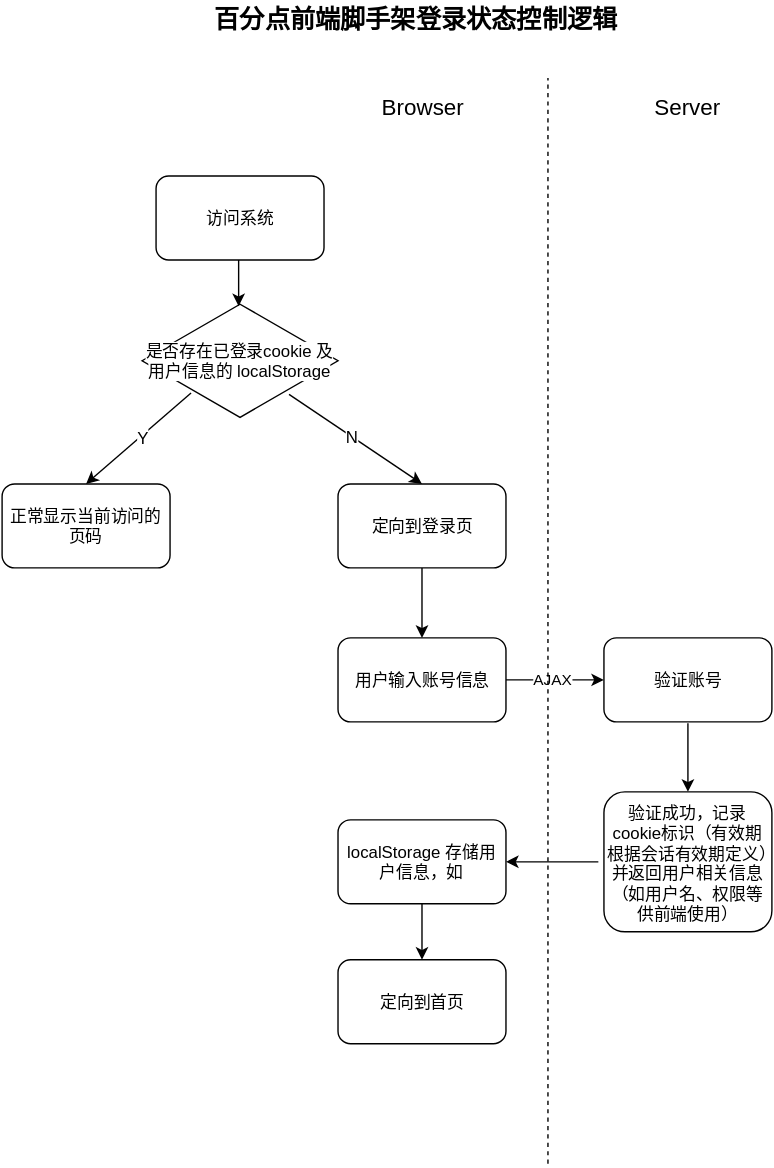
baifendian/create-bfd-app keeps this draw.io diagram as auth.svg. Above is the earlier version. Source tidied: cells renumbered, new cells last; positions are measured from the earlier drawing's top-left corner, leaving out a move shared by most shapes. The source it was exported from:
```xml
<mxGraphModel background="#ffffff">
  <root>
    <mxCell id="0" />
    <mxCell id="1" parent="0" />
    <mxCell id="2" value="访问系统" style="rounded=1;whiteSpace=wrap;html=1;" parent="1" vertex="1">
      <mxGeometry x="110" y="124" width="120" height="60" as="geometry" />
    </mxCell>
    <mxCell id="3" value="&lt;span style=&quot;background-color: rgb(255 , 255 , 255)&quot;&gt;是否存在已登录cookie 及用户信息的 localStorage&lt;/span&gt;" style="html=1;whiteSpace=wrap;shape=isoRectangle;" parent="1" vertex="1">
      <mxGeometry x="100" y="214" width="140" height="84" as="geometry" />
    </mxCell>
    <mxCell id="4" style="endArrow=classic;html=1;" parent="1" edge="1">
      <mxGeometry relative="1" as="geometry">
        <mxPoint x="169" y="184" as="sourcePoint" />
        <mxPoint x="169" y="217" as="targetPoint" />
      </mxGeometry>
    </mxCell>
    <mxCell id="5" style="endArrow=classic;html=1;exitX=0.25;exitY=0.768;exitPerimeter=0;" parent="1" edge="1" source="3">
      <mxGeometry relative="1" as="geometry">
        <mxPoint x="60" y="344" as="targetPoint" />
      </mxGeometry>
    </mxCell>
    <mxCell id="6" value="Y" style="text;html=1;align=center;verticalAlign=middle;labelBackgroundColor=#ffffff;" parent="5" vertex="1">
      <mxGeometry x="-0.06" y="1" relative="1" as="geometry" />
    </mxCell>
    <mxCell id="7" value="正常显示当前访问的页码" style="rounded=1;whiteSpace=wrap;html=1;" parent="1" vertex="1">
      <mxGeometry y="344" width="120" height="60" as="geometry" />
    </mxCell>
    <mxCell id="8" style="endArrow=classic;html=1;exitX=0.75;exitY=0.788;exitPerimeter=0;" parent="1" edge="1" source="3">
      <mxGeometry x="610" y="918.5" as="geometry">
        <mxPoint x="300" y="344" as="targetPoint" />
      </mxGeometry>
    </mxCell>
    <mxCell id="9" value="N" style="text;html=1;align=center;verticalAlign=middle;labelBackgroundColor=#ffffff;" parent="8" vertex="1">
      <mxGeometry x="-0.06" y="1" relative="1" as="geometry" />
    </mxCell>
    <mxCell id="10" value="定向到登录页" style="rounded=1;whiteSpace=wrap;html=1;" parent="1" vertex="1">
      <mxGeometry x="240" y="344" width="120" height="60" as="geometry" />
    </mxCell>
    <mxCell id="11" style="endArrow=classic;html=1;exitX=0.5;exitY=1;" parent="1" edge="1" source="10">
      <mxGeometry relative="1" as="geometry">
        <mxPoint x="300" y="454" as="targetPoint" />
      </mxGeometry>
    </mxCell>
    <mxCell id="12" value="用户输入账号信息" style="rounded=1;whiteSpace=wrap;html=1;" parent="1" vertex="1">
      <mxGeometry x="240" y="454" width="120" height="60" as="geometry" />
    </mxCell>
    <mxCell id="13" value="AJAX" style="endArrow=classic;html=1;exitX=1;exitY=0.5;" parent="1" edge="1" source="12">
      <mxGeometry x="850" y="1044" as="geometry">
        <mxPoint x="430" y="484" as="targetPoint" />
      </mxGeometry>
    </mxCell>
    <mxCell id="14" value="验证账号" style="rounded=1;whiteSpace=wrap;html=1;" parent="1" vertex="1">
      <mxGeometry x="430" y="454" width="120" height="60" as="geometry" />
    </mxCell>
    <mxCell id="15" style="endArrow=classic;html=1;entryX=0.5;entryY=0;" parent="1" edge="1" target="16">
      <mxGeometry relative="1" as="geometry">
        <mxPoint x="490" y="515" as="sourcePoint" />
      </mxGeometry>
    </mxCell>
    <mxCell id="16" value="验证成功，记录cookie标识（有效期根据会话有效期定义）并返回用户相关信息（如&lt;span&gt;用户名、权限等供前端使用）&lt;/span&gt;" style="rounded=1;whiteSpace=wrap;html=1;" parent="1" vertex="1">
      <mxGeometry x="430" y="564" width="120" height="100" as="geometry" />
    </mxCell>
    <mxCell id="17" style="endArrow=classic;html=1;entryX=1;entryY=0.5;" parent="1" edge="1" target="18">
      <mxGeometry relative="1" as="geometry">
        <mxPoint x="426" y="614" as="sourcePoint" />
      </mxGeometry>
    </mxCell>
    <mxCell id="18" value="localStorage 存储用户信息，如" style="rounded=1;whiteSpace=wrap;html=1;" parent="1" vertex="1">
      <mxGeometry x="240" y="584" width="120" height="60" as="geometry" />
    </mxCell>
    <mxCell id="19" style="endArrow=classic;html=1;exitX=0.5;exitY=1;" parent="1" edge="1" source="18">
      <mxGeometry x="850" y="1084" as="geometry">
        <mxPoint x="300" y="684" as="targetPoint" />
      </mxGeometry>
    </mxCell>
    <mxCell id="20" value="定向到首页" style="rounded=1;whiteSpace=wrap;html=1;" parent="1" vertex="1">
      <mxGeometry x="240" y="684" width="120" height="60" as="geometry" />
    </mxCell>
    <mxCell id="21" style="edgeStyle=orthogonalEdgeStyle;rounded=0;html=1;exitX=0.75;exitY=1;entryX=0.75;entryY=1;jettySize=auto;orthogonalLoop=1;" parent="1" edge="1" source="16" target="16">
      <mxGeometry relative="1" as="geometry" />
    </mxCell>
    <mxCell id="22" value="百分点前端脚手架登录状态控制逻辑" style="text;html=1;align=left;verticalAlign=top;spacingTop=-4;fontSize=18;fontStyle=1;fontColor=#000000;" parent="1" vertex="1">
      <mxGeometry x="150" width="210" height="20" as="geometry" />
    </mxCell>
    <mxCell id="23" style="endArrow=none;dashed=1;html=1;fontSize=16;" parent="1" edge="1">
      <mxGeometry relative="1" as="geometry">
        <mxPoint x="390" y="829.7" as="sourcePoint" />
        <mxPoint x="390" y="54" as="targetPoint" />
      </mxGeometry>
    </mxCell>
    <mxCell id="24" value="Browser" style="text;html=1;strokeColor=none;fillColor=none;align=center;verticalAlign=middle;whiteSpace=wrap;fontSize=16;" parent="1" vertex="1">
      <mxGeometry x="280" y="64" width="40" height="20" as="geometry" />
    </mxCell>
    <mxCell id="25" value="Server" style="text;html=1;strokeColor=none;fillColor=none;align=center;verticalAlign=middle;whiteSpace=wrap;fontSize=16;" parent="1" vertex="1">
      <mxGeometry x="470" y="64" width="40" height="20" as="geometry" />
    </mxCell>
  </root>
</mxGraphModel>
```
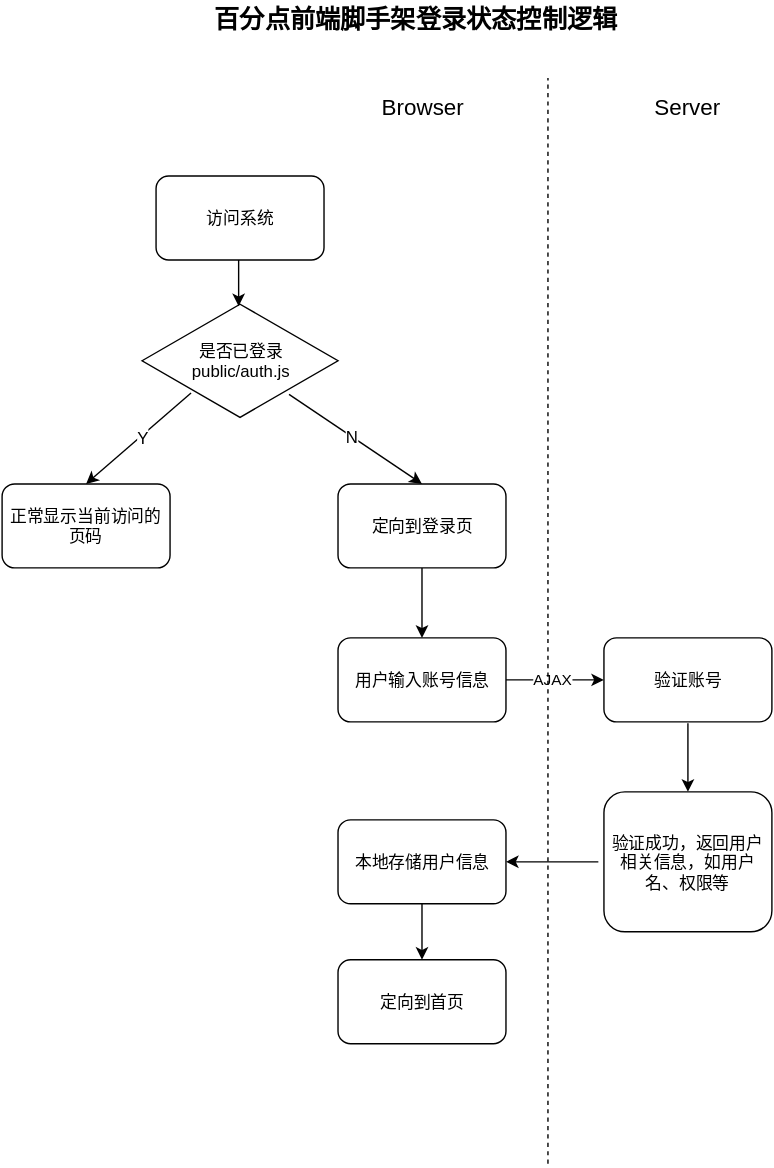
After the change.

Change to the diagram source:
```diff
@@ -5,89 +5,89 @@
     <mxCell id="2" value="访问系统" style="rounded=1;whiteSpace=wrap;html=1;" parent="1" vertex="1">
       <mxGeometry x="110" y="124" width="120" height="60" as="geometry" />
     </mxCell>
-    <mxCell id="3" value="&lt;span style=&quot;background-color: rgb(255 , 255 , 255)&quot;&gt;是否存在已登录cookie 及用户信息的 localStorage&lt;/span&gt;" style="html=1;whiteSpace=wrap;shape=isoRectangle;" parent="1" vertex="1">
-      <mxGeometry x="100" y="214" width="140" height="84" as="geometry" />
-    </mxCell>
-    <mxCell id="4" style="endArrow=classic;html=1;" parent="1" edge="1">
-      <mxGeometry relative="1" as="geometry">
-        <mxPoint x="169" y="184" as="sourcePoint" />
-        <mxPoint x="169" y="217" as="targetPoint" />
-      </mxGeometry>
-    </mxCell>
-    <mxCell id="5" style="endArrow=classic;html=1;exitX=0.25;exitY=0.768;exitPerimeter=0;" parent="1" edge="1" source="3">
-      <mxGeometry relative="1" as="geometry">
-        <mxPoint x="60" y="344" as="targetPoint" />
-      </mxGeometry>
-    </mxCell>
+    <mxCell id="26" value="&lt;span style=&quot;background-color: rgb(255 , 255 , 255)&quot;&gt;是否已登录&lt;/span&gt;&lt;div&gt;&lt;span style=&quot;background-color: rgb(255 , 255 , 255)&quot;&gt;public/auth.js&lt;/span&gt;&lt;/div&gt;" style="html=1;whiteSpace=wrap;shape=isoRectangle;" parent="1" vertex="1">
+      <mxGeometry x="100" y="214" width="140" height="84" as="geometry" />
+    </mxCell>
+    <mxCell id="27" style="endArrow=classic;html=1;" parent="1" edge="1">
+      <mxGeometry relative="1" as="geometry">
+        <mxPoint x="169" y="184" as="sourcePoint" />
+        <mxPoint x="169" y="217" as="targetPoint" />
+      </mxGeometry>
+    </mxCell>
+    <mxCell id="28" style="endArrow=classic;html=1;exitX=0.25;exitY=0.768;exitPerimeter=0;" parent="1" edge="1" source="26">
+      <mxGeometry relative="1" as="geometry">
+        <mxPoint x="60" y="344" as="targetPoint" />
+      </mxGeometry>
+    </mxCell>
-    <mxCell id="6" value="Y" style="text;html=1;align=center;verticalAlign=middle;labelBackgroundColor=#ffffff;" parent="5" vertex="1">
+    <mxCell id="6" value="Y" style="text;html=1;align=center;verticalAlign=middle;labelBackgroundColor=#ffffff;" parent="28" vertex="1">
       <mxGeometry x="-0.06" y="1" relative="1" as="geometry" />
     </mxCell>
     <mxCell id="7" value="正常显示当前访问的页码" style="rounded=1;whiteSpace=wrap;html=1;" parent="1" vertex="1">
       <mxGeometry y="344" width="120" height="60" as="geometry" />
     </mxCell>
-    <mxCell id="8" style="endArrow=classic;html=1;exitX=0.75;exitY=0.788;exitPerimeter=0;" parent="1" edge="1" source="3">
-      <mxGeometry x="610" y="918.5" as="geometry">
-        <mxPoint x="300" y="344" as="targetPoint" />
-      </mxGeometry>
-    </mxCell>
+    <mxCell id="29" style="endArrow=classic;html=1;exitX=0.75;exitY=0.788;exitPerimeter=0;" parent="1" edge="1" source="26">
+      <mxGeometry x="510" y="458.5" as="geometry">
+        <mxPoint x="300" y="344" as="targetPoint" />
+      </mxGeometry>
+    </mxCell>
-    <mxCell id="9" value="N" style="text;html=1;align=center;verticalAlign=middle;labelBackgroundColor=#ffffff;" parent="8" vertex="1">
+    <mxCell id="9" value="N" style="text;html=1;align=center;verticalAlign=middle;labelBackgroundColor=#ffffff;" parent="29" vertex="1">
       <mxGeometry x="-0.06" y="1" relative="1" as="geometry" />
     </mxCell>
     <mxCell id="10" value="定向到登录页" style="rounded=1;whiteSpace=wrap;html=1;" parent="1" vertex="1">
       <mxGeometry x="240" y="344" width="120" height="60" as="geometry" />
     </mxCell>
-    <mxCell id="11" style="endArrow=classic;html=1;exitX=0.5;exitY=1;" parent="1" edge="1" source="10">
-      <mxGeometry relative="1" as="geometry">
-        <mxPoint x="300" y="454" as="targetPoint" />
-      </mxGeometry>
-    </mxCell>
+    <mxCell id="30" style="endArrow=classic;html=1;exitX=0.5;exitY=1;" parent="1" edge="1" source="10">
+      <mxGeometry relative="1" as="geometry">
+        <mxPoint x="300" y="454" as="targetPoint" />
+      </mxGeometry>
+    </mxCell>
     <mxCell id="12" value="用户输入账号信息" style="rounded=1;whiteSpace=wrap;html=1;" parent="1" vertex="1">
       <mxGeometry x="240" y="454" width="120" height="60" as="geometry" />
     </mxCell>
     <mxCell id="13" value="AJAX" style="endArrow=classic;html=1;exitX=1;exitY=0.5;" parent="1" edge="1" source="12">
-      <mxGeometry x="850" y="1044" as="geometry">
+      <mxGeometry x="750" y="584" as="geometry">
         <mxPoint x="430" y="484" as="targetPoint" />
       </mxGeometry>
     </mxCell>
     <mxCell id="14" value="验证账号" style="rounded=1;whiteSpace=wrap;html=1;" parent="1" vertex="1">
       <mxGeometry x="430" y="454" width="120" height="60" as="geometry" />
     </mxCell>
-    <mxCell id="15" style="endArrow=classic;html=1;entryX=0.5;entryY=0;" parent="1" edge="1" target="16">
-      <mxGeometry relative="1" as="geometry">
-        <mxPoint x="490" y="515" as="sourcePoint" />
-      </mxGeometry>
-    </mxCell>
-    <mxCell id="16" value="验证成功，记录cookie标识（有效期根据会话有效期定义）并返回用户相关信息（如&lt;span&gt;用户名、权限等供前端使用）&lt;/span&gt;" style="rounded=1;whiteSpace=wrap;html=1;" parent="1" vertex="1">
-      <mxGeometry x="430" y="564" width="120" height="100" as="geometry" />
-    </mxCell>
-    <mxCell id="17" style="endArrow=classic;html=1;entryX=1;entryY=0.5;" parent="1" edge="1" target="18">
-      <mxGeometry relative="1" as="geometry">
-        <mxPoint x="426" y="614" as="sourcePoint" />
-      </mxGeometry>
-    </mxCell>
-    <mxCell id="18" value="localStorage 存储用户信息，如" style="rounded=1;whiteSpace=wrap;html=1;" parent="1" vertex="1">
-      <mxGeometry x="240" y="584" width="120" height="60" as="geometry" />
-    </mxCell>
-    <mxCell id="19" style="endArrow=classic;html=1;exitX=0.5;exitY=1;" parent="1" edge="1" source="18">
-      <mxGeometry x="850" y="1084" as="geometry">
-        <mxPoint x="300" y="684" as="targetPoint" />
-      </mxGeometry>
-    </mxCell>
+    <mxCell id="31" style="endArrow=classic;html=1;entryX=0.5;entryY=0;" parent="1" edge="1" target="32">
+      <mxGeometry relative="1" as="geometry">
+        <mxPoint x="490" y="515" as="sourcePoint" />
+      </mxGeometry>
+    </mxCell>
+    <mxCell id="32" value="验证成功，返回用户相关信息，如&lt;span&gt;用户名、权限等&lt;/span&gt;" style="rounded=1;whiteSpace=wrap;html=1;" parent="1" vertex="1">
+      <mxGeometry x="430" y="564" width="120" height="100" as="geometry" />
+    </mxCell>
+    <mxCell id="33" style="endArrow=classic;html=1;entryX=1;entryY=0.5;" parent="1" edge="1" target="34">
+      <mxGeometry relative="1" as="geometry">
+        <mxPoint x="426" y="614" as="sourcePoint" />
+      </mxGeometry>
+    </mxCell>
+    <mxCell id="34" value="本地存储用户信息" style="rounded=1;whiteSpace=wrap;html=1;" parent="1" vertex="1">
+      <mxGeometry x="240" y="584" width="120" height="60" as="geometry" />
+    </mxCell>
+    <mxCell id="35" style="endArrow=classic;html=1;exitX=0.5;exitY=1;" parent="1" edge="1" source="34">
+      <mxGeometry x="750" y="624" as="geometry">
+        <mxPoint x="300" y="684" as="targetPoint" />
+      </mxGeometry>
+    </mxCell>
     <mxCell id="20" value="定向到首页" style="rounded=1;whiteSpace=wrap;html=1;" parent="1" vertex="1">
       <mxGeometry x="240" y="684" width="120" height="60" as="geometry" />
     </mxCell>
-    <mxCell id="21" style="edgeStyle=orthogonalEdgeStyle;rounded=0;html=1;exitX=0.75;exitY=1;entryX=0.75;entryY=1;jettySize=auto;orthogonalLoop=1;" parent="1" edge="1" source="16" target="16">
-      <mxGeometry relative="1" as="geometry" />
-    </mxCell>
+    <mxCell id="36" style="edgeStyle=orthogonalEdgeStyle;rounded=0;html=1;exitX=0.75;exitY=1;entryX=0.75;entryY=1;jettySize=auto;orthogonalLoop=1;" parent="1" edge="1" source="32" target="32">
+      <mxGeometry relative="1" as="geometry" />
+    </mxCell>
     <mxCell id="22" value="百分点前端脚手架登录状态控制逻辑" style="text;html=1;align=left;verticalAlign=top;spacingTop=-4;fontSize=18;fontStyle=1;fontColor=#000000;" parent="1" vertex="1">
       <mxGeometry x="150" width="210" height="20" as="geometry" />
     </mxCell>
-    <mxCell id="23" style="endArrow=none;dashed=1;html=1;fontSize=16;" parent="1" edge="1">
-      <mxGeometry relative="1" as="geometry">
-        <mxPoint x="390" y="829.7" as="sourcePoint" />
-        <mxPoint x="390" y="54" as="targetPoint" />
-      </mxGeometry>
-    </mxCell>
+    <mxCell id="37" style="endArrow=none;dashed=1;html=1;fontSize=16;" parent="1" edge="1">
+      <mxGeometry relative="1" as="geometry">
+        <mxPoint x="390" y="829.7" as="sourcePoint" />
+        <mxPoint x="390" y="54" as="targetPoint" />
+      </mxGeometry>
+    </mxCell>
     <mxCell id="24" value="Browser" style="text;html=1;strokeColor=none;fillColor=none;align=center;verticalAlign=middle;whiteSpace=wrap;fontSize=16;" parent="1" vertex="1">
       <mxGeometry x="280" y="64" width="40" height="20" as="geometry" />
     </mxCell>
```
